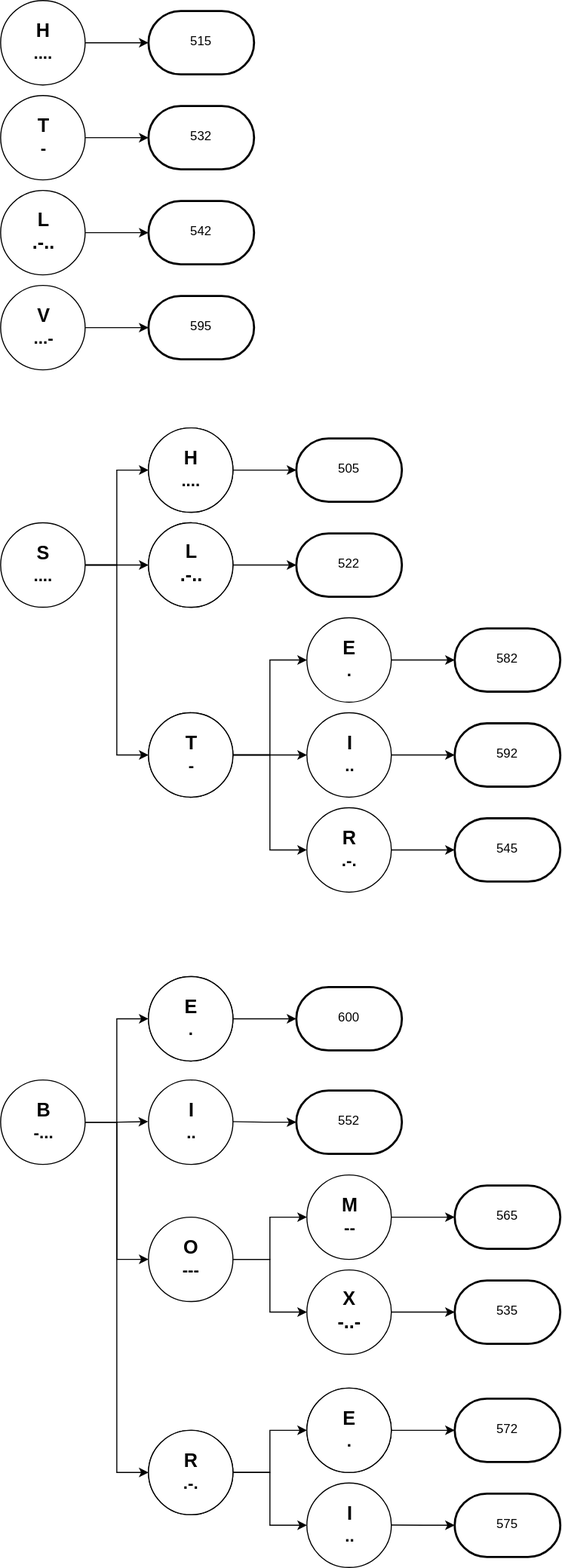
Above: img/morse.svg in rqz/ktane (draw.io), before the change. Source tidied: cells renumbered, new cells last; positions are measured from the earlier drawing's top-left corner, leaving out a move shared by most shapes.
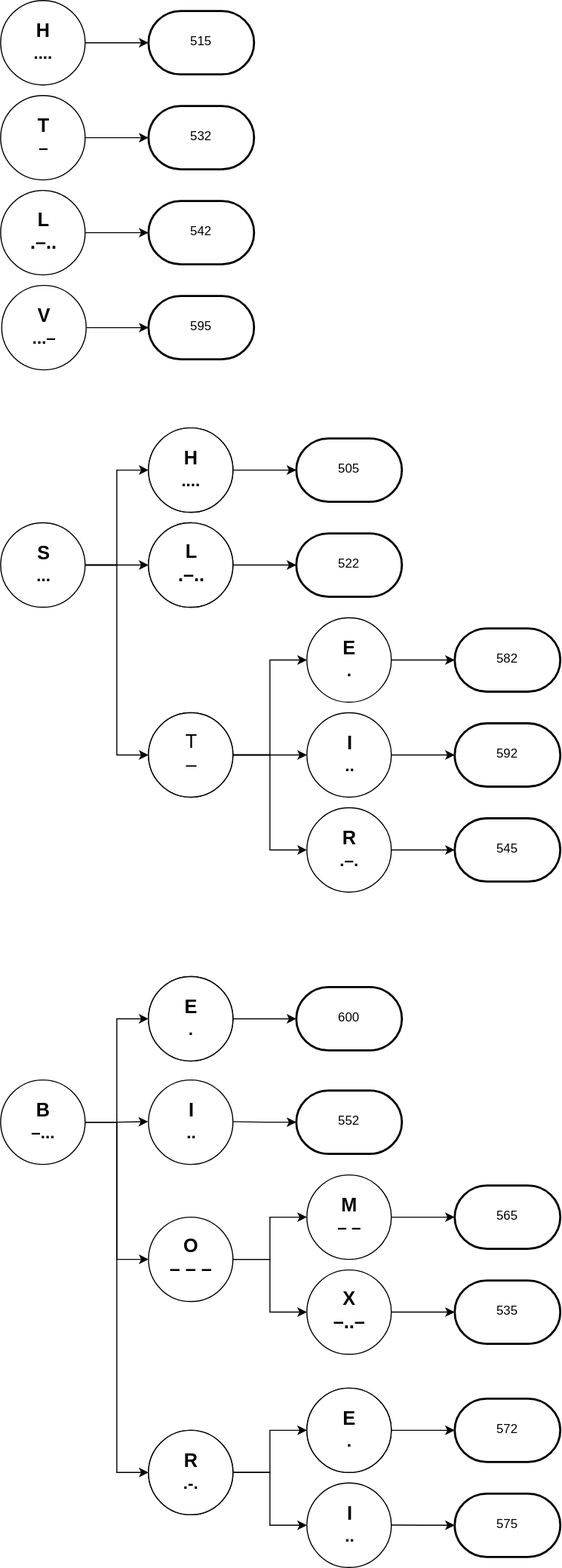
After the change.

Diff of the diagram source:
```diff
@@ -11,7 +11,7 @@
     <mxCell id="4" style="edgeStyle=orthogonalEdgeStyle;rounded=0;html=1;exitX=1;exitY=0.5;entryX=0;entryY=0.5;jettySize=auto;" parent="1" edge="1" source="5" target="7">
       <mxGeometry relative="1" as="geometry" />
     </mxCell>
-    <mxCell id="5" value="&lt;div&gt;&lt;b&gt;&lt;font style=&quot;font-size: 18px&quot;&gt;S&lt;/font&gt;&lt;/b&gt;&lt;/div&gt;&lt;div&gt;&lt;b&gt;&lt;font size=&quot;3&quot;&gt;....&lt;/font&gt;&lt;/b&gt;&lt;/div&gt;" style="ellipse;whiteSpace=wrap;html=1;" parent="1" vertex="1">
+    <mxCell id="5" value="&lt;div&gt;&lt;b&gt;&lt;font style=&quot;font-size: 18px&quot;&gt;S&lt;/font&gt;&lt;/b&gt;&lt;/div&gt;&lt;div&gt;&lt;b&gt;&lt;font size=&quot;3&quot;&gt;...&lt;/font&gt;&lt;/b&gt;&lt;/div&gt;" style="ellipse;whiteSpace=wrap;html=1;" parent="1" vertex="1">
       <mxGeometry y="495" width="80" height="80" as="geometry" />
     </mxCell>
     <mxCell id="6" style="edgeStyle=orthogonalEdgeStyle;rounded=0;html=1;exitX=1;exitY=0.5;jettySize=auto;" parent="1" edge="1" source="7" target="24">
@@ -50,7 +50,7 @@
     <mxCell id="17" style="edgeStyle=orthogonalEdgeStyle;rounded=0;html=1;exitX=1;exitY=0.5;entryX=0;entryY=0.5;entryPerimeter=0;jettySize=auto;" parent="1" edge="1" source="18" target="22">
       <mxGeometry relative="1" as="geometry" />
     </mxCell>
-    <mxCell id="18" value="&lt;div&gt;&lt;b&gt;&lt;font style=&quot;font-size: 18px&quot;&gt;R&lt;/font&gt;&lt;/b&gt;&lt;/div&gt;&lt;div&gt;&lt;b&gt;&lt;font size=&quot;3&quot;&gt;.-.&lt;/font&gt;&lt;/b&gt;&lt;/div&gt;" style="ellipse;whiteSpace=wrap;html=1;" parent="1" vertex="1">
+    <mxCell id="18" value="&lt;div&gt;&lt;b&gt;&lt;font style=&quot;font-size: 18px&quot;&gt;R&lt;/font&gt;&lt;/b&gt;&lt;/div&gt;&lt;div&gt;&lt;b&gt;&lt;font size=&quot;3&quot;&gt;.–.&lt;/font&gt;&lt;/b&gt;&lt;/div&gt;" style="ellipse;whiteSpace=wrap;html=1;" parent="1" vertex="1">
       <mxGeometry x="290" y="765" width="80" height="80" as="geometry" />
     </mxCell>
     <mxCell id="19" value="582" style="strokeWidth=2;html=1;shape=mxgraph.flowchart.terminator;whiteSpace=wrap;" parent="1" vertex="1">
@@ -85,7 +85,7 @@
     <mxCell id="28" style="edgeStyle=orthogonalEdgeStyle;rounded=0;html=1;exitX=1;exitY=0.5;entryX=0;entryY=0.5;jettySize=auto;" parent="1" edge="1" source="29" target="46">
       <mxGeometry relative="1" as="geometry" />
     </mxCell>
-    <mxCell id="29" value="&lt;div&gt;&lt;font style=&quot;font-size: 18px&quot;&gt;&lt;b&gt;B&lt;/b&gt;&lt;/font&gt;&lt;/div&gt;&lt;div&gt;&lt;font size=&quot;3&quot;&gt;&lt;b&gt;-...&lt;/b&gt;&lt;/font&gt;&lt;/div&gt;" style="ellipse;whiteSpace=wrap;html=1;" parent="1" vertex="1">
+    <mxCell id="29" value="&lt;div&gt;&lt;font style=&quot;font-size: 18px&quot;&gt;&lt;b&gt;B&lt;/b&gt;&lt;/font&gt;&lt;/div&gt;&lt;div&gt;&lt;font size=&quot;3&quot;&gt;&lt;b&gt;–...&lt;/b&gt;&lt;/font&gt;&lt;/div&gt;" style="ellipse;whiteSpace=wrap;html=1;" parent="1" vertex="1">
       <mxGeometry y="1023" width="80" height="80" as="geometry" />
     </mxCell>
     <mxCell id="30" style="edgeStyle=orthogonalEdgeStyle;rounded=0;html=1;exitX=1;exitY=0.5;entryX=0;entryY=0.5;entryPerimeter=0;jettySize=auto;" parent="1" edge="1" target="40">
@@ -99,16 +99,16 @@
     <mxCell id="32" style="edgeStyle=orthogonalEdgeStyle;rounded=0;html=1;exitX=1;exitY=0.5;entryX=0;entryY=0.5;jettySize=auto;" parent="1" edge="1" source="33" target="35">
       <mxGeometry relative="1" as="geometry" />
     </mxCell>
-    <mxCell id="33" value="&lt;div&gt;&lt;font style=&quot;font-size: 18px&quot;&gt;&lt;b&gt;O&lt;/b&gt;&lt;/font&gt;&lt;/div&gt;&lt;div&gt;&lt;font size=&quot;3&quot;&gt;&lt;b&gt;---&lt;/b&gt;&lt;/font&gt;&lt;/div&gt;" style="ellipse;whiteSpace=wrap;html=1;" parent="1" vertex="1">
+    <mxCell id="33" value="&lt;div&gt;&lt;b&gt;&lt;font style=&quot;font-size: 18px&quot;&gt;O&lt;/font&gt;&lt;/b&gt;&lt;/div&gt;&lt;div&gt;&lt;b&gt;&lt;font style=&quot;font-size: 18px&quot;&gt;– – –&lt;/font&gt;&lt;/b&gt;&lt;/div&gt;" style="ellipse;whiteSpace=wrap;html=1;" parent="1" vertex="1">
       <mxGeometry x="140" y="1153" width="80" height="80" as="geometry" />
     </mxCell>
     <mxCell id="34" style="edgeStyle=orthogonalEdgeStyle;rounded=0;html=1;exitX=1;exitY=0.5;entryX=0;entryY=0.5;entryPerimeter=0;jettySize=auto;" parent="1" edge="1" source="35" target="37">
       <mxGeometry relative="1" as="geometry" />
     </mxCell>
-    <mxCell id="35" value="&lt;div&gt;&lt;b&gt;&lt;font style=&quot;font-size: 18px&quot;&gt;M&lt;/font&gt;&lt;/b&gt;&lt;/div&gt;&lt;div&gt;&lt;b&gt;&lt;font size=&quot;3&quot;&gt;--&lt;/font&gt;&lt;/b&gt;&lt;/div&gt;" style="ellipse;whiteSpace=wrap;html=1;" parent="1" vertex="1">
+    <mxCell id="35" value="&lt;div&gt;&lt;b&gt;&lt;font style=&quot;font-size: 18px&quot;&gt;M&lt;/font&gt;&lt;/b&gt;&lt;/div&gt;&lt;div&gt;&lt;b&gt;&lt;font size=&quot;3&quot;&gt;– –&lt;/font&gt;&lt;/b&gt;&lt;/div&gt;" style="ellipse;whiteSpace=wrap;html=1;" parent="1" vertex="1">
       <mxGeometry x="290" y="1113" width="80" height="80" as="geometry" />
     </mxCell>
-    <mxCell id="36" value="&lt;b&gt;&lt;font style=&quot;font-size: 18px&quot;&gt;X&lt;br&gt;-..-&lt;/font&gt;&lt;/b&gt;" style="ellipse;whiteSpace=wrap;html=1;" parent="1" vertex="1">
+    <mxCell id="36" value="&lt;b&gt;&lt;font style=&quot;font-size: 18px&quot;&gt;X&lt;br&gt;–..–&lt;/font&gt;&lt;/b&gt;" style="ellipse;whiteSpace=wrap;html=1;" parent="1" vertex="1">
       <mxGeometry x="290" y="1203" width="80" height="80" as="geometry" />
     </mxCell>
     <mxCell id="37" value="565" style="strokeWidth=2;html=1;shape=mxgraph.flowchart.terminator;whiteSpace=wrap;" parent="1" vertex="1">
@@ -161,14 +161,14 @@
     <mxCell id="52" style="edgeStyle=orthogonalEdgeStyle;rounded=0;html=1;exitX=1;exitY=0.5;jettySize=auto;" parent="1" edge="1" source="53" target="57">
       <mxGeometry relative="1" as="geometry" />
     </mxCell>
-    <mxCell id="53" value="&lt;div&gt;&lt;b&gt;&lt;font style=&quot;font-size: 18px&quot;&gt;L&lt;/font&gt;&lt;/b&gt;&lt;/div&gt;&lt;div&gt;&lt;b&gt;&lt;font style=&quot;font-size: 18px&quot; size=&quot;3&quot;&gt;.-..&lt;/font&gt;&lt;/b&gt;&lt;/div&gt;" style="ellipse;whiteSpace=wrap;html=1;" parent="1" vertex="1">
+    <mxCell id="53" value="&lt;div&gt;&lt;b&gt;&lt;font style=&quot;font-size: 18px&quot;&gt;L&lt;/font&gt;&lt;/b&gt;&lt;/div&gt;&lt;div&gt;&lt;b&gt;&lt;font style=&quot;font-size: 18px&quot; size=&quot;3&quot;&gt;.–..&lt;/font&gt;&lt;/b&gt;&lt;/div&gt;" style="ellipse;whiteSpace=wrap;html=1;" parent="1" vertex="1">
       <mxGeometry y="180" width="80" height="80" as="geometry" />
     </mxCell>
     <mxCell id="54" style="edgeStyle=orthogonalEdgeStyle;rounded=0;html=1;exitX=1;exitY=0.5;entryX=0;entryY=0.5;entryPerimeter=0;jettySize=auto;" parent="1" edge="1" source="55" target="56">
       <mxGeometry relative="1" as="geometry" />
     </mxCell>
-    <mxCell id="55" value="&lt;div&gt;&lt;b&gt;&lt;font style=&quot;font-size: 18px&quot;&gt;V&lt;/font&gt;&lt;/b&gt;&lt;/div&gt;&lt;div&gt;&lt;b&gt;&lt;font size=&quot;3&quot;&gt;...-&lt;/font&gt;&lt;/b&gt;&lt;/div&gt;" style="ellipse;whiteSpace=wrap;html=1;" parent="1" vertex="1">
-      <mxGeometry y="270" width="80" height="80" as="geometry" />
+    <mxCell id="55" value="&lt;div&gt;&lt;b&gt;&lt;font style=&quot;font-size: 18px&quot;&gt;V&lt;/font&gt;&lt;/b&gt;&lt;/div&gt;&lt;div&gt;&lt;b&gt;&lt;font size=&quot;3&quot;&gt;...–&lt;/font&gt;&lt;/b&gt;&lt;/div&gt;" style="ellipse;whiteSpace=wrap;html=1;" parent="1" vertex="1">
+      <mxGeometry x="1" y="270" width="80" height="80" as="geometry" />
     </mxCell>
     <mxCell id="56" value="595" style="strokeWidth=2;html=1;shape=mxgraph.flowchart.terminator;whiteSpace=wrap;" parent="1" vertex="1">
       <mxGeometry x="140" y="280" width="100" height="60" as="geometry" />
@@ -185,7 +185,7 @@
     <mxCell id="60" style="edgeStyle=orthogonalEdgeStyle;rounded=0;html=1;exitX=1;exitY=0.5;entryX=0;entryY=0.5;entryPerimeter=0;jettySize=auto;" parent="1" edge="1" source="61" target="62">
       <mxGeometry relative="1" as="geometry" />
     </mxCell>
-    <mxCell id="61" value="&lt;div&gt;&lt;b&gt;&lt;font style=&quot;font-size: 18px&quot;&gt;T&lt;/font&gt;&lt;/b&gt;&lt;/div&gt;&lt;div&gt;&lt;b&gt;&lt;font size=&quot;3&quot;&gt;-&lt;/font&gt;&lt;/b&gt;&lt;/div&gt;" style="ellipse;whiteSpace=wrap;html=1;" parent="1" vertex="1">
+    <mxCell id="61" value="&lt;div&gt;&lt;b&gt;&lt;font style=&quot;font-size: 18px&quot;&gt;T&lt;/font&gt;&lt;/b&gt;&lt;/div&gt;&lt;div&gt;&lt;b&gt;&lt;font size=&quot;3&quot;&gt;–&lt;/font&gt;&lt;/b&gt;&lt;/div&gt;" style="ellipse;whiteSpace=wrap;html=1;" parent="1" vertex="1">
       <mxGeometry y="90" width="80" height="80" as="geometry" />
     </mxCell>
     <mxCell id="62" value="532" style="strokeWidth=2;html=1;shape=mxgraph.flowchart.terminator;whiteSpace=wrap;" parent="1" vertex="1">
@@ -194,13 +194,13 @@
     <mxCell id="63" value="515" style="strokeWidth=2;html=1;shape=mxgraph.flowchart.terminator;whiteSpace=wrap;" parent="1" vertex="1">
       <mxGeometry x="140" y="10" width="100" height="60" as="geometry" />
     </mxCell>
-    <mxCell id="64" value="&lt;div&gt;&lt;b&gt;&lt;font style=&quot;font-size: 18px&quot;&gt;T&lt;/font&gt;&lt;/b&gt;&lt;/div&gt;&lt;div&gt;&lt;b&gt;&lt;font size=&quot;3&quot;&gt;-&lt;/font&gt;&lt;/b&gt;&lt;/div&gt;" style="ellipse;whiteSpace=wrap;html=1;" parent="1" vertex="1">
+    <mxCell id="64" value="&lt;div style=&quot;font-size: 18px&quot;&gt;&lt;font style=&quot;font-size: 18px&quot;&gt;&lt;font style=&quot;font-size: 18px&quot;&gt;T&lt;/font&gt;&lt;/font&gt;&lt;/div&gt;&lt;div style=&quot;font-size: 18px&quot;&gt;&lt;font style=&quot;font-size: 18px&quot;&gt;–&lt;/font&gt;&lt;/div&gt;" style="ellipse;whiteSpace=wrap;html=1;" parent="1" vertex="1">
       <mxGeometry x="140" y="675" width="80" height="80" as="geometry" />
     </mxCell>
     <mxCell id="65" value="&lt;div&gt;&lt;font style=&quot;font-size: 18px&quot;&gt;&lt;b&gt;&lt;font style=&quot;font-size: 18px&quot;&gt;H&lt;/font&gt;&lt;/b&gt;&lt;/font&gt;&lt;/div&gt;&lt;div&gt;&lt;font size=&quot;3&quot;&gt;&lt;b&gt;....&lt;/b&gt;&lt;/font&gt;&lt;/div&gt;" style="ellipse;whiteSpace=wrap;html=1;" parent="1" vertex="1">
       <mxGeometry x="140" y="405" width="80" height="80" as="geometry" />
     </mxCell>
-    <mxCell id="66" value="&lt;div&gt;&lt;b&gt;&lt;font style=&quot;font-size: 18px&quot;&gt;L&lt;/font&gt;&lt;/b&gt;&lt;/div&gt;&lt;div&gt;&lt;b&gt;&lt;font style=&quot;font-size: 18px&quot; size=&quot;3&quot;&gt;.-..&lt;/font&gt;&lt;/b&gt;&lt;/div&gt;" style="ellipse;whiteSpace=wrap;html=1;" parent="1" vertex="1">
+    <mxCell id="66" value="&lt;div&gt;&lt;b&gt;&lt;font style=&quot;font-size: 18px&quot;&gt;L&lt;/font&gt;&lt;/b&gt;&lt;/div&gt;&lt;div&gt;&lt;b&gt;&lt;font style=&quot;font-size: 18px&quot; size=&quot;3&quot;&gt;.–..&lt;/font&gt;&lt;/b&gt;&lt;/div&gt;" style="ellipse;whiteSpace=wrap;html=1;" parent="1" vertex="1">
       <mxGeometry x="140" y="495" width="80" height="80" as="geometry" />
     </mxCell>
     <mxCell id="67" value="&lt;div&gt;&lt;b&gt;&lt;font style=&quot;font-size: 18px&quot;&gt;E&lt;/font&gt;&lt;/b&gt;&lt;/div&gt;&lt;div&gt;&lt;b&gt;&lt;font size=&quot;3&quot;&gt;.&lt;/font&gt;&lt;/b&gt;&lt;/div&gt;" style="ellipse;whiteSpace=wrap;html=1;" parent="1" vertex="1">
```
